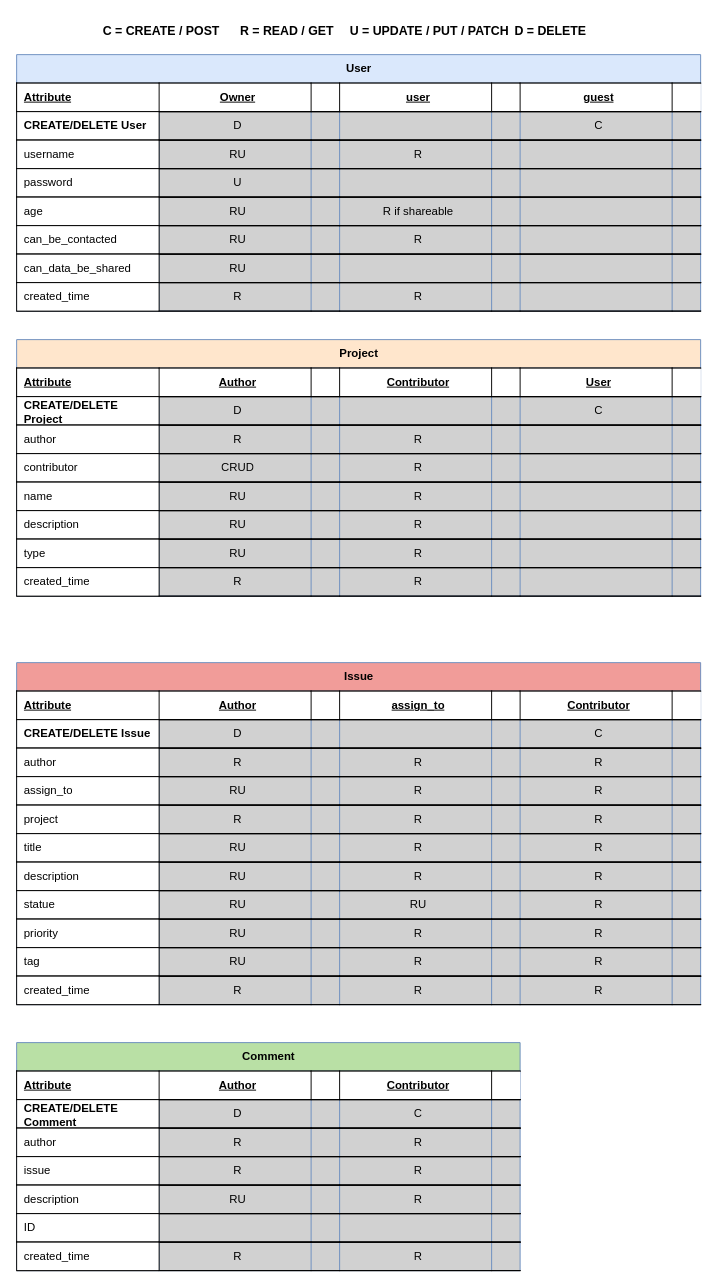
Above: page "Permission" (3 of 3) of SoftDesk_Support/Doc/P10_model.drawio in CuteSlime/P10_Creez_une_API_securisee_RESTful_en_utilisant_Django_REST (draw.io), before the change. Source tidied: cells renumbered, new cells numbered last; positions are measured from the earlier drawing's top-left corner, leaving out a move shared by most shapes. Both pictures are drawn from the tidied source at 95%, with x=0, y=0 at pixel (16, 16).
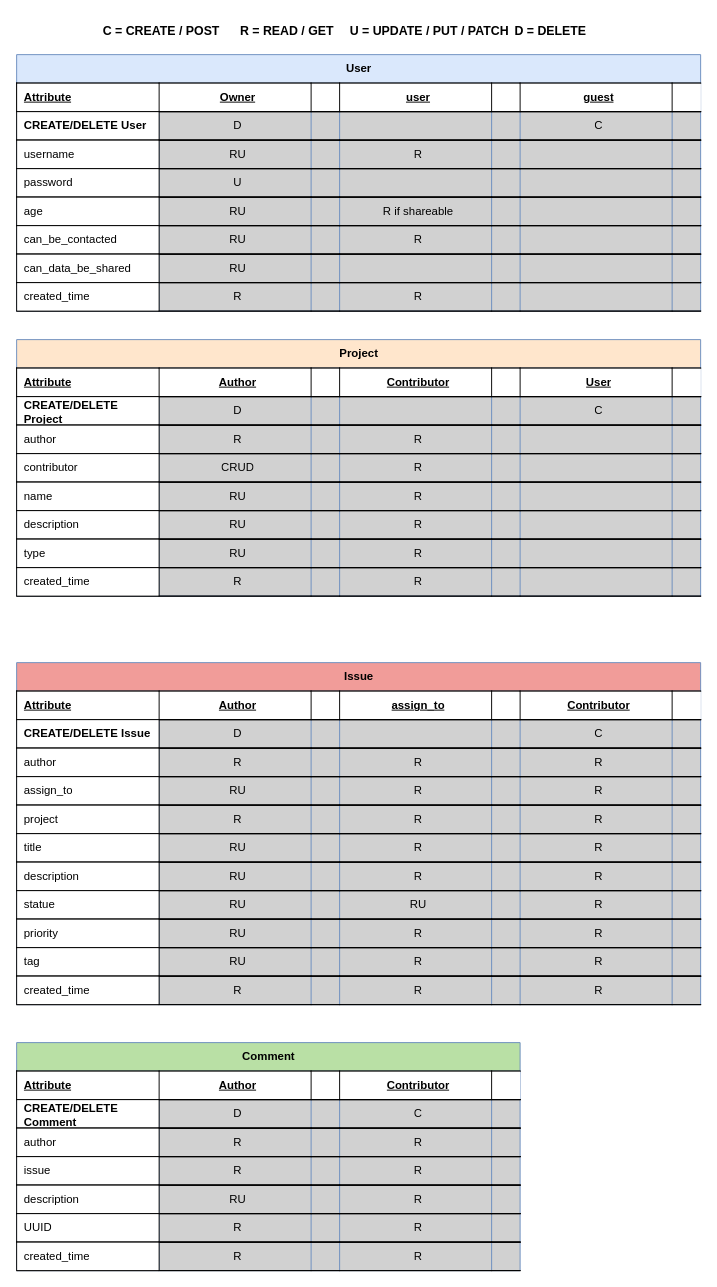
The same diagram, later.

Commit message:
Mettre à jour P10_model.drawio

Unchanged cells that the change refers to:
```xml
<mxCell id="253" style="shape=tableRow;horizontal=0;startSize=0;swimlaneHead=0;swimlaneBody=0;fillColor=none;top=1;left=0;right=0;bottom=1;labelBorderColor=none;" parent="222" vertex="1">
  <mxGeometry y="180" width="530" height="30" as="geometry" />
</mxCell>
```

Diff of the diagram source:
```diff
@@
-    <mxCell id="254" value="ID" style="shape=partialRectangle;fillColor=default;top=1;left=1;bottom=1;right=1;align=left;spacingLeft=6;overflow=hidden;whiteSpace=wrap;html=1;labelBorderColor=none;" parent="253" vertex="1">
+    <mxCell id="254" value="UUID" style="shape=partialRectangle;fillColor=default;top=1;left=1;bottom=1;right=1;align=left;spacingLeft=6;overflow=hidden;whiteSpace=wrap;html=1;labelBorderColor=none;" parent="253" vertex="1">
       <mxGeometry width="150" height="30" as="geometry" />
     </mxCell>
-    <mxCell id="255" style="shape=partialRectangle;fillColor=none;top=1;left=0;bottom=1;right=0;align=center;spacingLeft=6;overflow=hidden;whiteSpace=wrap;html=1;labelBorderColor=none;strokeColor=default;" parent="253" vertex="1">
+    <mxCell id="255" value="R" style="shape=partialRectangle;fillColor=none;top=1;left=0;bottom=1;right=0;align=center;spacingLeft=6;overflow=hidden;whiteSpace=wrap;html=1;labelBorderColor=none;strokeColor=default;" parent="253" vertex="1">
       <mxGeometry x="150" width="160" height="30" as="geometry" />
     </mxCell>
@@
-    <mxCell id="257" style="shape=partialRectangle;fillColor=none;top=1;left=0;bottom=1;right=0;align=center;spacingLeft=6;overflow=hidden;whiteSpace=wrap;html=1;labelBorderColor=none;strokeColor=default;" parent="253" vertex="1">
+    <mxCell id="257" value="R" style="shape=partialRectangle;fillColor=none;top=1;left=0;bottom=1;right=0;align=center;spacingLeft=6;overflow=hidden;whiteSpace=wrap;html=1;labelBorderColor=none;strokeColor=default;" parent="253" vertex="1">
       <mxGeometry x="340" width="160" height="30" as="geometry" />
     </mxCell>
```
